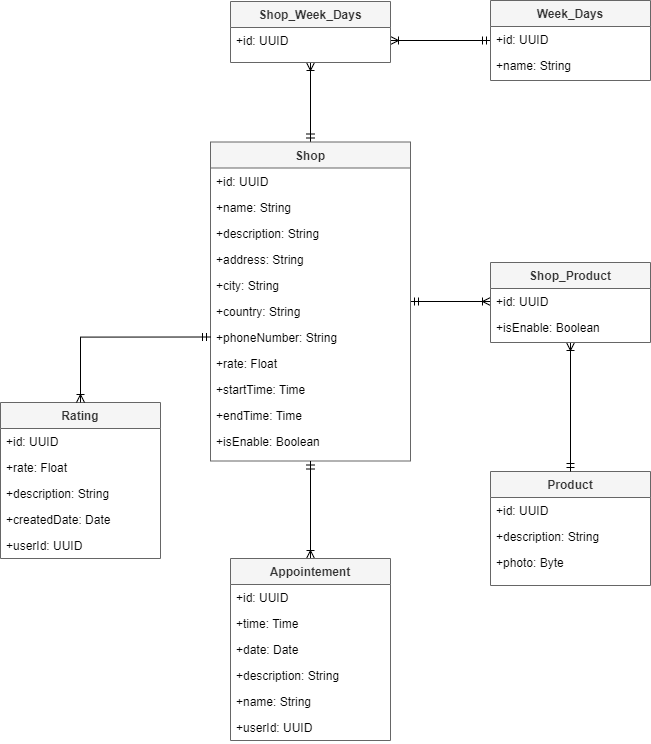
Tiago92869/ShareAndSell-Architecture-Document keeps this draw.io diagram as images/shop-service.drawio.png. Above is the earlier version. Source tidied: cells renumbered, new cells last; positions are measured from the earlier drawing's top-left corner, leaving out a move shared by most shapes.
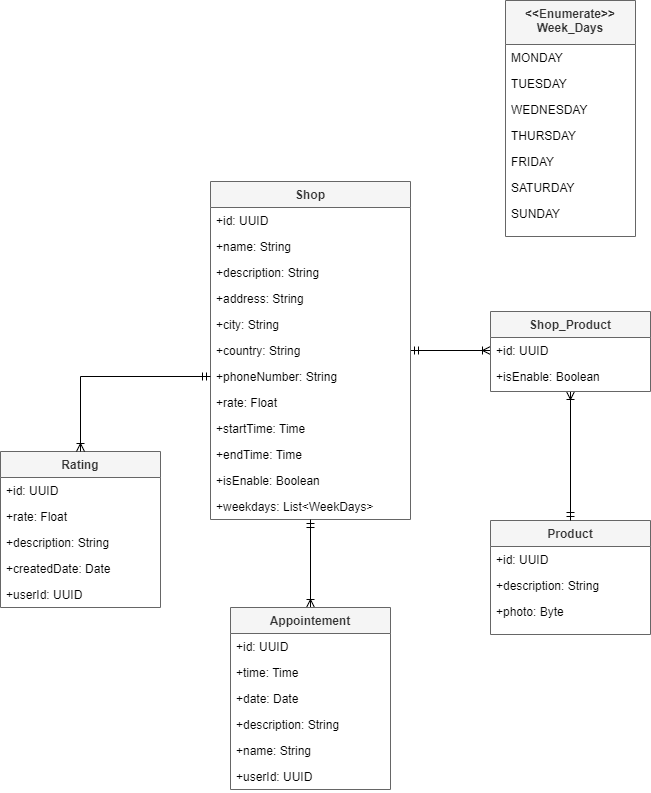
After the commit.

Commit message:
change shop-service arquitecture

Diff of the diagram source:
```diff
@@ -17,11 +17,8 @@
     <mxCell id="6" style="edgeStyle=orthogonalEdgeStyle;rounded=0;jettySize=auto;html=1;entryX=0;entryY=0.5;entryDx=0;entryDy=0;endArrow=ERoneToMany;endFill=0;startArrow=ERmandOne;startFill=0;" parent="1" edge="1" source="8" target="36">
       <mxGeometry relative="1" as="geometry" />
     </mxCell>
-    <mxCell id="7" style="edgeStyle=orthogonalEdgeStyle;rounded=0;jettySize=auto;html=1;entryX=0.5;entryY=1;entryDx=0;entryDy=0;endArrow=ERoneToMany;endFill=0;startArrow=ERmandOne;startFill=0;" parent="1" edge="1" source="8" target="43">
-      <mxGeometry relative="1" as="geometry" />
-    </mxCell>
     <mxCell id="8" value="Shop" style="swimlane;fontStyle=1;align=center;verticalAlign=top;horizontal=1;startSize=26;rounded=0;shadow=0;strokeWidth=1;fillColor=#f5f5f5;fontColor=#333333;strokeColor=#666666;" parent="1" vertex="1">
-      <mxGeometry x="210" y="141.5" width="200" height="319" as="geometry" />
+      <mxGeometry x="210" y="132" width="200" height="338" as="geometry" />
     </mxCell>
     <mxCell id="9" value="+id: UUID" style="text;align=left;verticalAlign=top;spacingLeft=4;spacingRight=4;overflow=hidden;" parent="8" vertex="1">
       <mxGeometry y="26" width="200" height="26" as="geometry" />
@@ -56,6 +53,9 @@
     <mxCell id="19" value="+isEnable: Boolean" style="text;align=left;verticalAlign=top;spacingLeft=4;spacingRight=4;overflow=hidden;" parent="8" vertex="1">
       <mxGeometry y="286" width="200" height="26" as="geometry" />
     </mxCell>
+    <mxCell id="45" value="+weekdays: List&lt;WeekDays&gt;" style="text;align=left;verticalAlign=top;spacingLeft=4;spacingRight=4;overflow=hidden;" parent="8" vertex="1">
+      <mxGeometry y="312" width="200" height="26" as="geometry" />
+    </mxCell>
     <mxCell id="20" style="edgeStyle=orthogonalEdgeStyle;rounded=0;jettySize=auto;html=1;entryX=0.5;entryY=1;entryDx=0;entryDy=0;endArrow=ERmandOne;endFill=0;startArrow=ERoneToMany;startFill=0;" parent="1" edge="1" source="21" target="8">
       <mxGeometry relative="1" as="geometry" />
     </mxCell>
@@ -113,23 +113,29 @@
     <mxCell id="38" style="edgeStyle=orthogonalEdgeStyle;rounded=0;jettySize=auto;html=1;entryX=0;entryY=0.5;entryDx=0;entryDy=0;endArrow=ERmandOne;endFill=0;startArrow=ERoneToMany;startFill=0;exitX=0.5;exitY=0;exitDx=0;exitDy=0;" parent="1" edge="1" source="28" target="15">
       <mxGeometry relative="1" as="geometry" />
     </mxCell>
-    <mxCell id="39" style="edgeStyle=orthogonalEdgeStyle;rounded=0;jettySize=auto;html=1;entryX=1;entryY=0.5;entryDx=0;entryDy=0;endArrow=ERoneToMany;endFill=0;startArrow=ERmandOne;startFill=0;" parent="1" edge="1" source="40" target="44">
-      <mxGeometry relative="1" as="geometry" />
-    </mxCell>
-    <mxCell id="40" value="Week_Days" style="swimlane;fontStyle=1;align=center;verticalAlign=top;horizontal=1;startSize=26;rounded=0;shadow=0;strokeWidth=1;fillColor=#f5f5f5;fontColor=#333333;strokeColor=#666666;" parent="1" vertex="1">
-      <mxGeometry x="490" width="160" height="80" as="geometry" />
+    <mxCell id="40" value="&lt;&lt;Enumerate&gt;&gt;&#10;Week_Days&#10;" style="swimlane;fontStyle=1;align=center;verticalAlign=top;horizontal=1;startSize=44;rounded=0;shadow=0;strokeWidth=1;fillColor=#f5f5f5;fontColor=#333333;strokeColor=#666666;" parent="1" vertex="1">
+      <mxGeometry x="505" y="-49" width="130" height="236" as="geometry" />
     </mxCell>
-    <mxCell id="41" value="+id: UUID" style="text;align=left;verticalAlign=top;spacingLeft=4;spacingRight=4;overflow=hidden;" parent="40" vertex="1">
-      <mxGeometry y="26" width="160" height="26" as="geometry" />
+    <mxCell id="41" value="MONDAY" style="text;align=left;verticalAlign=top;spacingLeft=4;spacingRight=4;overflow=hidden;" parent="40" vertex="1">
+      <mxGeometry y="44" width="130" height="26" as="geometry" />
     </mxCell>
+    <mxCell id="46" value="TUESDAY" style="text;align=left;verticalAlign=top;spacingLeft=4;spacingRight=4;overflow=hidden;" parent="40" vertex="1">
+      <mxGeometry y="70" width="130" height="26" as="geometry" />
+    </mxCell>
+    <mxCell id="47" value="WEDNESDAY" style="text;align=left;verticalAlign=top;spacingLeft=4;spacingRight=4;overflow=hidden;" parent="40" vertex="1">
+      <mxGeometry y="96" width="130" height="26" as="geometry" />
+    </mxCell>
+    <mxCell id="48" value="THURSDAY" style="text;align=left;verticalAlign=top;spacingLeft=4;spacingRight=4;overflow=hidden;" parent="40" vertex="1">
+      <mxGeometry y="122" width="130" height="26" as="geometry" />
+    </mxCell>
+    <mxCell id="49" value="FRIDAY" style="text;align=left;verticalAlign=top;spacingLeft=4;spacingRight=4;overflow=hidden;" parent="40" vertex="1">
+      <mxGeometry y="148" width="130" height="26" as="geometry" />
+    </mxCell>
-    <mxCell id="42" value="+name: String" style="text;align=left;verticalAlign=top;spacingLeft=4;spacingRight=4;overflow=hidden;" parent="40" vertex="1">
-      <mxGeometry y="52" width="160" height="26" as="geometry" />
+    <mxCell id="42" value="SATURDAY" style="text;align=left;verticalAlign=top;spacingLeft=4;spacingRight=4;overflow=hidden;" parent="40" vertex="1">
+      <mxGeometry y="174" width="130" height="26" as="geometry" />
     </mxCell>
-    <mxCell id="43" value="Shop_Week_Days" style="swimlane;fontStyle=1;align=center;verticalAlign=top;horizontal=1;startSize=26;rounded=0;shadow=0;strokeWidth=1;fillColor=#f5f5f5;fontColor=#333333;strokeColor=#666666;" parent="1" vertex="1">
-      <mxGeometry x="230" y="1" width="160" height="61" as="geometry" />
-    </mxCell>
-    <mxCell id="44" value="+id: UUID" style="text;align=left;verticalAlign=top;spacingLeft=4;spacingRight=4;overflow=hidden;points=[[0,0.5],[1,0.5]];portConstraint=eastwest;" parent="43" vertex="1">
-      <mxGeometry y="26" width="160" height="26" as="geometry" />
-    </mxCell>
+    <mxCell id="50" value="SUNDAY" style="text;align=left;verticalAlign=top;spacingLeft=4;spacingRight=4;overflow=hidden;" parent="40" vertex="1">
+      <mxGeometry y="200" width="130" height="26" as="geometry" />
+    </mxCell>
   </root>
 </mxGraphModel>
```
